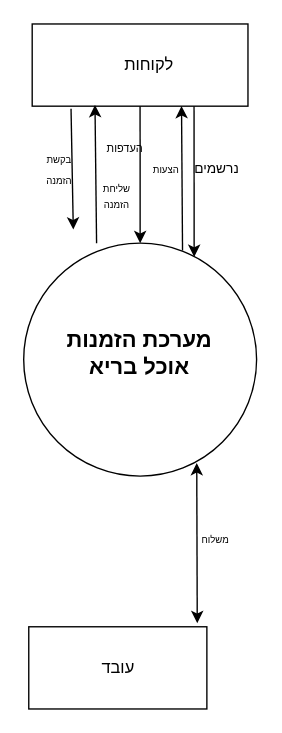
The draw.io diagram Context-diagram.drawio in nawrasfaour/OurFoodProj, before the edit. Source tidied: cells renumbered, new cells numbered last; positions are measured from the earlier drawing's top-left corner, leaving out a move shared by most shapes. Both pictures are drawn from the tidied source at 137%, with x=0, y=0 at pixel (23, 23).
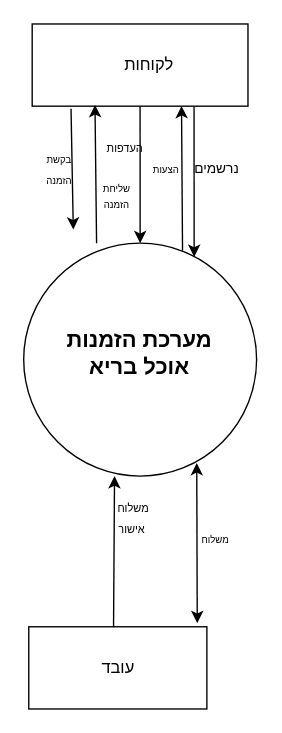
After the change.

The change refers to these unchanged cells:
```xml
<mxCell id="2" style="ellipse;whiteSpace=wrap;html=1;" parent="1" vertex="1">
  <mxGeometry x="-0.2" y="160" width="170" height="170" as="geometry" />
</mxCell>
<mxCell id="10" style="rounded=0;whiteSpace=wrap;html=1;" parent="1" vertex="1">
  <mxGeometry x="3.5" y="440" width="130" height="60" as="geometry" />
</mxCell>
```

Change to the diagram source:
```diff
@@
+    <mxCell id="20" style="endArrow=classic;html=1;rounded=0;entryX=0.39;entryY=1;entryDx=0;entryDy=0;entryPerimeter=0;exitX=0.476;exitY=0.007;exitDx=0;exitDy=0;exitPerimeter=0;" parent="1" edge="1" source="10" target="2">
+      <mxGeometry relative="1" as="geometry" />
+    </mxCell>
+    <mxCell id="21" value="&lt;font style=&quot;font-size: 8px;&quot;&gt;&amp;nbsp;משלוח&lt;/font&gt;&lt;div&gt;&lt;font style=&quot;font-size: 8px;&quot;&gt;אישור&lt;/font&gt;&lt;/div&gt;" style="text;html=1;align=center;verticalAlign=middle;whiteSpace=wrap;rounded=0;" parent="1" vertex="1">
+      <mxGeometry x="58.5" y="350" width="40" height="20" as="geometry" />
+    </mxCell>
```
